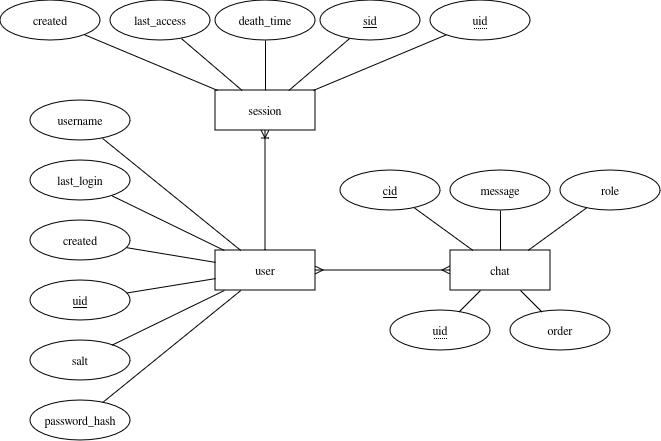
Before: docs/map.png, a diagram exported from draw.io (jakob029/threat-actor-detector). Source tidied: cells renumbered, new cells last; positions are measured from the earlier drawing's top-left corner, leaving out a move shared by most shapes. The source it was exported from:
```xml
<mxGraphModel>
  <root>
    <mxCell id="0" />
    <mxCell id="1" parent="0" />
    <mxCell id="2" value="user" style="whiteSpace=wrap;html=1;align=center;" parent="1" vertex="1">
      <mxGeometry x="215" y="250" width="100" height="40" as="geometry" />
    </mxCell>
    <mxCell id="3" value="created" style="ellipse;whiteSpace=wrap;html=1;align=center;" parent="1" vertex="1">
      <mxGeometry x="30" y="220" width="100" height="40" as="geometry" />
    </mxCell>
    <mxCell id="4" value="last_login" style="ellipse;whiteSpace=wrap;html=1;align=center;" parent="1" vertex="1">
      <mxGeometry x="30" y="160" width="100" height="40" as="geometry" />
    </mxCell>
    <mxCell id="5" value="username" style="ellipse;whiteSpace=wrap;html=1;align=center;" parent="1" vertex="1">
      <mxGeometry x="30" y="100" width="100" height="40" as="geometry" />
    </mxCell>
    <mxCell id="6" value="password_hash" style="ellipse;whiteSpace=wrap;html=1;align=center;" parent="1" vertex="1">
      <mxGeometry x="30" y="400" width="100" height="40" as="geometry" />
    </mxCell>
    <mxCell id="7" value="salt" style="ellipse;whiteSpace=wrap;html=1;align=center;" parent="1" vertex="1">
      <mxGeometry x="30" y="340" width="100" height="40" as="geometry" />
    </mxCell>
    <mxCell id="8" value="chat" style="whiteSpace=wrap;html=1;align=center;" parent="1" vertex="1">
      <mxGeometry x="450" y="250" width="100" height="40" as="geometry" />
    </mxCell>
    <mxCell id="9" style="edgeStyle=entityRelationEdgeStyle;fontSize=12;html=1;endArrow=ERmany;startArrow=ERmany;rounded=0;" parent="1" edge="1" source="8" target="2">
      <mxGeometry relative="1" as="geometry" />
    </mxCell>
    <mxCell id="10" value="uid" style="ellipse;whiteSpace=wrap;html=1;align=center;fontStyle=4;" parent="1" vertex="1">
      <mxGeometry x="30" y="280" width="100" height="40" as="geometry" />
    </mxCell>
    <mxCell id="11" style="endArrow=none;html=1;rounded=0;" parent="1" edge="1" source="2" target="10">
      <mxGeometry relative="1" as="geometry" />
    </mxCell>
    <mxCell id="12" style="endArrow=none;html=1;rounded=0;" parent="1" edge="1" source="3" target="2">
      <mxGeometry relative="1" as="geometry" />
    </mxCell>
    <mxCell id="13" style="endArrow=none;html=1;rounded=0;" parent="1" edge="1" source="2" target="7">
      <mxGeometry relative="1" as="geometry" />
    </mxCell>
    <mxCell id="14" style="endArrow=none;html=1;rounded=0;" parent="1" edge="1" source="2" target="4">
      <mxGeometry relative="1" as="geometry" />
    </mxCell>
    <mxCell id="15" style="endArrow=none;html=1;rounded=0;" parent="1" edge="1" source="2" target="6">
      <mxGeometry relative="1" as="geometry" />
    </mxCell>
    <mxCell id="16" style="endArrow=none;html=1;rounded=0;" parent="1" edge="1" source="5" target="2">
      <mxGeometry relative="1" as="geometry" />
    </mxCell>
    <mxCell id="17" value="message" style="ellipse;whiteSpace=wrap;html=1;align=center;" parent="1" vertex="1">
      <mxGeometry x="450" y="170" width="100" height="40" as="geometry" />
    </mxCell>
    <mxCell id="18" value="cid" style="ellipse;whiteSpace=wrap;html=1;align=center;fontStyle=4;" parent="1" vertex="1">
      <mxGeometry x="340" y="170" width="100" height="40" as="geometry" />
    </mxCell>
    <mxCell id="19" value="role" style="ellipse;whiteSpace=wrap;html=1;align=center;" parent="1" vertex="1">
      <mxGeometry x="560" y="170" width="100" height="40" as="geometry" />
    </mxCell>
    <mxCell id="20" value="order" style="ellipse;whiteSpace=wrap;html=1;align=center;" parent="1" vertex="1">
      <mxGeometry x="510" y="310" width="100" height="40" as="geometry" />
    </mxCell>
    <mxCell id="21" value="&lt;span style=&quot;border-bottom: 1px dotted&quot;&gt;uid&lt;/span&gt;" style="ellipse;whiteSpace=wrap;html=1;align=center;" parent="1" vertex="1">
      <mxGeometry x="390" y="310" width="100" height="40" as="geometry" />
    </mxCell>
    <mxCell id="22" style="endArrow=none;html=1;rounded=0;" parent="1" edge="1" source="8" target="18">
      <mxGeometry relative="1" as="geometry" />
    </mxCell>
    <mxCell id="23" style="endArrow=none;html=1;rounded=0;" parent="1" edge="1" source="8" target="17">
      <mxGeometry relative="1" as="geometry" />
    </mxCell>
    <mxCell id="24" style="endArrow=none;html=1;rounded=0;" parent="1" edge="1" source="8" target="19">
      <mxGeometry relative="1" as="geometry" />
    </mxCell>
    <mxCell id="25" style="endArrow=none;html=1;rounded=0;" parent="1" edge="1" source="20" target="8">
      <mxGeometry relative="1" as="geometry" />
    </mxCell>
    <mxCell id="26" style="endArrow=none;html=1;rounded=0;" parent="1" edge="1" source="21" target="8">
      <mxGeometry relative="1" as="geometry" />
    </mxCell>
    <mxCell id="27" value="session" style="whiteSpace=wrap;html=1;align=center;" parent="1" vertex="1">
      <mxGeometry x="215" y="90" width="100" height="40" as="geometry" />
    </mxCell>
    <mxCell id="28" value="created" style="ellipse;whiteSpace=wrap;html=1;align=center;" parent="1" vertex="1">
      <mxGeometry width="100" height="40" as="geometry" />
    </mxCell>
    <mxCell id="29" value="death_time" style="ellipse;whiteSpace=wrap;html=1;align=center;" parent="1" vertex="1">
      <mxGeometry x="215" width="100" height="40" as="geometry" />
    </mxCell>
    <mxCell id="30" value="sid" style="ellipse;whiteSpace=wrap;html=1;align=center;fontStyle=4;" parent="1" vertex="1">
      <mxGeometry x="320" width="100" height="40" as="geometry" />
    </mxCell>
    <mxCell id="31" value="&lt;span style=&quot;border-bottom: 1px dotted&quot;&gt;uid&lt;/span&gt;" style="ellipse;whiteSpace=wrap;html=1;align=center;" parent="1" vertex="1">
      <mxGeometry x="430" width="100" height="40" as="geometry" />
    </mxCell>
    <mxCell id="32" value="last_access" style="ellipse;whiteSpace=wrap;html=1;align=center;" parent="1" vertex="1">
      <mxGeometry x="110" width="100" height="40" as="geometry" />
    </mxCell>
    <mxCell id="33" style="endArrow=none;html=1;rounded=0;" parent="1" edge="1" source="28" target="27">
      <mxGeometry relative="1" as="geometry" />
    </mxCell>
    <mxCell id="34" style="endArrow=none;html=1;rounded=0;" parent="1" edge="1" source="32" target="27">
      <mxGeometry relative="1" as="geometry" />
    </mxCell>
    <mxCell id="35" style="endArrow=none;html=1;rounded=0;" parent="1" edge="1" source="29" target="27">
      <mxGeometry relative="1" as="geometry" />
    </mxCell>
    <mxCell id="36" style="endArrow=none;html=1;rounded=0;" parent="1" edge="1" source="30" target="27">
      <mxGeometry relative="1" as="geometry" />
    </mxCell>
    <mxCell id="37" style="endArrow=none;html=1;rounded=0;" parent="1" edge="1" source="31" target="27">
      <mxGeometry relative="1" as="geometry" />
    </mxCell>
    <mxCell id="38" style="edgeStyle=elbowEdgeStyle;fontSize=12;html=1;endArrow=ERoneToMany;rounded=0;entryX=0.5;entryY=1;entryDx=0;entryDy=0;exitX=0.5;exitY=0;exitDx=0;exitDy=0;elbow=vertical;" parent="1" edge="1" source="2" target="27">
      <mxGeometry relative="1" as="geometry" />
    </mxCell>
  </root>
</mxGraphModel>
```
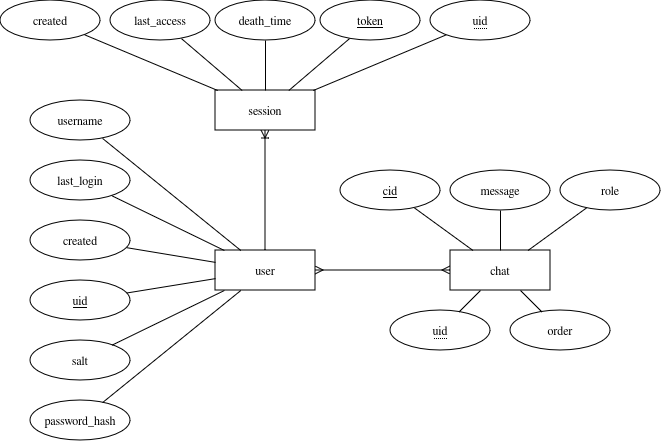
After the change.

Commit message:
changed sid to token

Change to the diagram source:
```diff
@@ -86,7 +86,7 @@
     <mxCell id="29" value="death_time" style="ellipse;whiteSpace=wrap;html=1;align=center;" parent="1" vertex="1">
       <mxGeometry x="215" width="100" height="40" as="geometry" />
     </mxCell>
-    <mxCell id="30" value="sid" style="ellipse;whiteSpace=wrap;html=1;align=center;fontStyle=4;" parent="1" vertex="1">
+    <mxCell id="30" value="token" style="ellipse;whiteSpace=wrap;html=1;align=center;fontStyle=4;" parent="1" vertex="1">
       <mxGeometry x="320" width="100" height="40" as="geometry" />
     </mxCell>
     <mxCell id="31" value="&lt;span style=&quot;border-bottom: 1px dotted&quot;&gt;uid&lt;/span&gt;" style="ellipse;whiteSpace=wrap;html=1;align=center;" parent="1" vertex="1">
```
